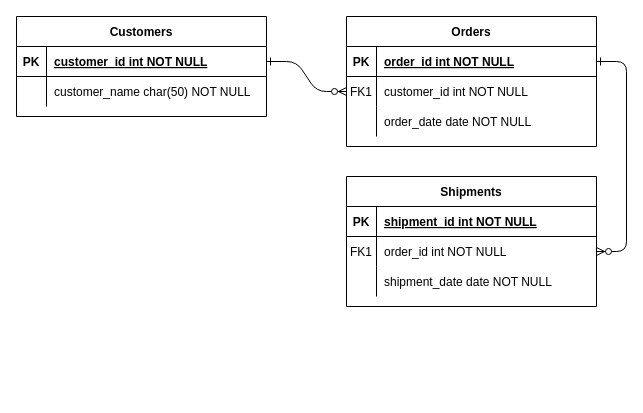
Earlier version of the draw.io diagram Diagrama sin título.drawio (ericF83/DiagramasDBIG015). Source tidied: cells renumbered, new cells numbered last; positions are measured from the earlier drawing's top-left corner, leaving out a move shared by most shapes. Both pictures are drawn from the tidied source at 100%, with x=0, y=0 at pixel (16, 16).
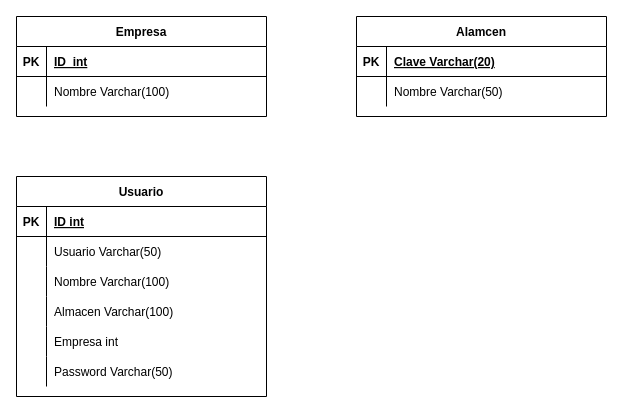
The same diagram, later.

Commit message:
Actualizar Diagrama Tablas

The change refers to these unchanged cells:
```xml
<mxCell id="15" style="shape=partialRectangle;fillColor=none;top=0;left=0;right=0;bottom=1;" parent="14" vertex="1">
  <mxGeometry y="30" width="250" height="30" as="geometry" />
</mxCell>
<mxCell id="18" style="shape=partialRectangle;fillColor=none;points=[[0,0.5],[1,0.5]];portConstraint=eastwest;top=0;left=0;right=0;bottom=0;" parent="14" vertex="1">
  <mxGeometry y="60" width="250" height="30" as="geometry" />
</mxCell>
<mxCell id="21" style="shape=partialRectangle;fillColor=none;top=0;left=0;right=0;bottom=0;" parent="14" vertex="1">
  <mxGeometry y="90" width="250" height="30" as="geometry" />
</mxCell>
<mxCell id="25" style="shape=partialRectangle;fillColor=none;points=[[0,0.5],[1,0.5]];portConstraint=eastwest;top=0;left=0;right=0;bottom=1;" parent="24" vertex="1">
  <mxGeometry y="30" width="250" height="30" as="geometry" />
</mxCell>
<mxCell id="28" style="shape=partialRectangle;fillColor=none;top=0;left=0;right=0;bottom=0;" parent="24" vertex="1">
  <mxGeometry y="60" width="250" height="30" as="geometry" />
</mxCell>
```

Change to the diagram source:
```diff
@@
-    <mxCell id="2" style="edgeStyle=entityRelationEdgeStyle;endArrow=ERzeroToMany;startArrow=ERone;endFill=1;startFill=0;" parent="1" edge="1" source="25" target="8">
-      <mxGeometry relative="1" as="geometry" />
-    </mxCell>
-    <mxCell id="3" style="edgeStyle=entityRelationEdgeStyle;endArrow=ERzeroToMany;startArrow=ERone;endFill=1;startFill=0;" parent="1" edge="1" source="5" target="18">
-      <mxGeometry relative="1" as="geometry" />
-    </mxCell>
-    <mxCell id="4" value="Orders" style="shape=table;startSize=30;childLayout=tableLayout;rowLines=0;fontStyle=1;align=center;" parent="1" vertex="1">
-      <mxGeometry x="330" width="250" height="130" as="geometry" />
-    </mxCell>
-    <mxCell id="5" style="shape=partialRectangle;fillColor=none;points=[[0,0.5],[1,0.5]];portConstraint=eastwest;top=0;left=0;right=0;bottom=1;" parent="4" vertex="1">
-      <mxGeometry y="30" width="250" height="30" as="geometry" />
-    </mxCell>
-    <mxCell id="6" value="PK" style="shape=partialRectangle;overflow=hidden;fillColor=none;top=0;left=0;bottom=0;right=0;fontStyle=1;" parent="5" vertex="1">
-      <mxGeometry width="30" height="30" as="geometry" />
-    </mxCell>
-    <mxCell id="7" value="order_id int NOT NULL " style="shape=partialRectangle;overflow=hidden;fillColor=none;top=0;left=0;bottom=0;right=0;align=left;spacingLeft=6;fontStyle=5;" parent="5" vertex="1">
-      <mxGeometry x="30" width="220" height="30" as="geometry" />
-    </mxCell>
-    <mxCell id="8" style="shape=partialRectangle;fillColor=none;points=[[0,0.5],[1,0.5]];portConstraint=eastwest;top=0;left=0;right=0;bottom=0;" parent="4" vertex="1">
-      <mxGeometry y="60" width="250" height="30" as="geometry" />
-    </mxCell>
-    <mxCell id="9" value="FK1" style="shape=partialRectangle;overflow=hidden;fillColor=none;top=0;left=0;bottom=0;right=0;" parent="8" vertex="1">
-      <mxGeometry width="30" height="30" as="geometry" />
-    </mxCell>
-    <mxCell id="10" value="customer_id int NOT NULL" style="shape=partialRectangle;overflow=hidden;fillColor=none;top=0;left=0;bottom=0;right=0;align=left;spacingLeft=6;" parent="8" vertex="1">
-      <mxGeometry x="30" width="220" height="30" as="geometry" />
-    </mxCell>
-    <mxCell id="11" style="shape=partialRectangle;fillColor=none;top=0;left=0;right=0;bottom=0;" parent="4" vertex="1">
-      <mxGeometry y="90" width="250" height="30" as="geometry" />
-    </mxCell>
-    <mxCell id="12" style="shape=partialRectangle;overflow=hidden;fillColor=none;top=0;left=0;bottom=0;right=0;" parent="11" vertex="1">
-      <mxGeometry width="30" height="30" as="geometry" />
-    </mxCell>
-    <mxCell id="13" value="order_date date NOT NULL" style="shape=partialRectangle;overflow=hidden;fillColor=none;top=0;left=0;bottom=0;right=0;align=left;spacingLeft=6;" parent="11" vertex="1">
-      <mxGeometry x="30" width="220" height="30" as="geometry" />
-    </mxCell>
-    <mxCell id="14" value="Shipments" style="shape=table;startSize=30;childLayout=tableLayout;rowLines=0;fontStyle=1;align=center;" parent="1" vertex="1">
-      <mxGeometry x="330" y="160" width="250" height="130" as="geometry" />
+    <mxCell id="14" value="Usuario" style="shape=table;startSize=30;childLayout=tableLayout;rowLines=0;fontStyle=1;align=center;" parent="1" vertex="1">
+      <mxGeometry y="160" width="250" height="220" as="geometry" />
     </mxCell>
@@
-    <mxCell id="17" value="shipment_id int NOT NULL " style="shape=partialRectangle;overflow=hidden;fillColor=none;top=0;left=0;bottom=0;right=0;align=left;spacingLeft=6;fontStyle=5;" parent="15" vertex="1">
+    <mxCell id="17" value="ID int" style="shape=partialRectangle;overflow=hidden;fillColor=none;top=0;left=0;bottom=0;right=0;align=left;spacingLeft=6;fontStyle=5;" parent="15" vertex="1">
       <mxGeometry x="30" width="220" height="30" as="geometry" />
     </mxCell>
@@
-    <mxCell id="19" value="FK1" style="shape=partialRectangle;overflow=hidden;fillColor=none;top=0;left=0;bottom=0;right=0;" parent="18" vertex="1">
+    <mxCell id="19" style="shape=partialRectangle;overflow=hidden;fillColor=none;top=0;left=0;bottom=0;right=0;" parent="18" vertex="1">
       <mxGeometry width="30" height="30" as="geometry" />
     </mxCell>
-    <mxCell id="20" value="order_id int NOT NULL" style="shape=partialRectangle;overflow=hidden;fillColor=none;top=0;left=0;bottom=0;right=0;align=left;spacingLeft=6;" parent="18" vertex="1">
+    <mxCell id="20" value="Usuario Varchar(50)" style="shape=partialRectangle;overflow=hidden;fillColor=none;top=0;left=0;bottom=0;right=0;align=left;spacingLeft=6;" parent="18" vertex="1">
       <mxGeometry x="30" width="220" height="30" as="geometry" />
     </mxCell>
@@
-    <mxCell id="23" value="shipment_date date NOT NULL" style="shape=partialRectangle;overflow=hidden;fillColor=none;top=0;left=0;bottom=0;right=0;align=left;spacingLeft=6;" parent="21" vertex="1">
+    <mxCell id="23" value="Nombre Varchar(100)" style="shape=partialRectangle;overflow=hidden;fillColor=none;top=0;left=0;bottom=0;right=0;align=left;spacingLeft=6;" parent="21" vertex="1">
       <mxGeometry x="30" width="220" height="30" as="geometry" />
     </mxCell>
+    <mxCell id="31" style="shape=partialRectangle;fillColor=none;top=0;left=0;right=0;bottom=0;" parent="14" vertex="1">
+      <mxGeometry y="120" width="250" height="30" as="geometry" />
+    </mxCell>
+    <mxCell id="32" style="shape=partialRectangle;overflow=hidden;fillColor=none;top=0;left=0;bottom=0;right=0;" parent="31" vertex="1">
+      <mxGeometry width="30" height="30" as="geometry" />
+    </mxCell>
+    <mxCell id="33" value="Almacen Varchar(100)" style="shape=partialRectangle;overflow=hidden;fillColor=none;top=0;left=0;bottom=0;right=0;align=left;spacingLeft=6;" parent="31" vertex="1">
+      <mxGeometry x="30" width="220" height="30" as="geometry" />
+    </mxCell>
+    <mxCell id="34" style="shape=partialRectangle;fillColor=none;top=0;left=0;right=0;bottom=0;" parent="14" vertex="1">
+      <mxGeometry y="150" width="250" height="30" as="geometry" />
+    </mxCell>
+    <mxCell id="35" style="shape=partialRectangle;overflow=hidden;fillColor=none;top=0;left=0;bottom=0;right=0;" parent="34" vertex="1">
+      <mxGeometry width="30" height="30" as="geometry" />
+    </mxCell>
+    <mxCell id="36" value="Empresa int" style="shape=partialRectangle;overflow=hidden;fillColor=none;top=0;left=0;bottom=0;right=0;align=left;spacingLeft=6;" parent="34" vertex="1">
+      <mxGeometry x="30" width="220" height="30" as="geometry" />
+    </mxCell>
+    <mxCell id="37" style="shape=partialRectangle;fillColor=none;top=0;left=0;right=0;bottom=0;" parent="14" vertex="1">
+      <mxGeometry y="180" width="250" height="30" as="geometry" />
+    </mxCell>
+    <mxCell id="38" style="shape=partialRectangle;overflow=hidden;fillColor=none;top=0;left=0;bottom=0;right=0;" parent="37" vertex="1">
+      <mxGeometry width="30" height="30" as="geometry" />
+    </mxCell>
+    <mxCell id="39" value="Password Varchar(50)" style="shape=partialRectangle;overflow=hidden;fillColor=none;top=0;left=0;bottom=0;right=0;align=left;spacingLeft=6;" parent="37" vertex="1">
+      <mxGeometry x="30" width="220" height="30" as="geometry" />
+    </mxCell>
-    <mxCell id="24" value="Customers" style="shape=table;startSize=30;childLayout=tableLayout;rowLines=0;fontStyle=1;align=center;" parent="1" vertex="1">
+    <mxCell id="24" value="Empresa" style="shape=table;startSize=30;childLayout=tableLayout;rowLines=0;fontStyle=1;align=center;" parent="1" vertex="1">
       <mxGeometry width="250" height="100" as="geometry" />
     </mxCell>
@@
-    <mxCell id="27" value="customer_id int NOT NULL " style="shape=partialRectangle;overflow=hidden;fillColor=none;top=0;left=0;bottom=0;right=0;align=left;spacingLeft=6;fontStyle=5;" parent="25" vertex="1">
+    <mxCell id="27" value="ID  int" style="shape=partialRectangle;overflow=hidden;fillColor=none;top=0;left=0;bottom=0;right=0;align=left;spacingLeft=6;fontStyle=5;" parent="25" vertex="1">
       <mxGeometry x="30" width="220" height="30" as="geometry" />
     </mxCell>
@@
-    <mxCell id="30" value="customer_name char(50) NOT NULL" style="shape=partialRectangle;overflow=hidden;fillColor=none;top=0;left=0;bottom=0;right=0;align=left;spacingLeft=6;" parent="28" vertex="1">
+    <mxCell id="30" value="Nombre Varchar(100)" style="shape=partialRectangle;overflow=hidden;fillColor=none;top=0;left=0;bottom=0;right=0;align=left;spacingLeft=6;" parent="28" vertex="1">
       <mxGeometry x="30" width="220" height="30" as="geometry" />
     </mxCell>
+    <mxCell id="40" value="Alamcen" style="shape=table;startSize=30;childLayout=tableLayout;rowLines=0;fontStyle=1;align=center;" parent="1" vertex="1">
+      <mxGeometry x="340" width="250" height="100" as="geometry" />
+    </mxCell>
+    <mxCell id="5" style="shape=partialRectangle;fillColor=none;points=[[0,0.5],[1,0.5]];portConstraint=eastwest;top=0;left=0;right=0;bottom=1;" parent="40" vertex="1">
+      <mxGeometry y="30" width="250" height="30" as="geometry" />
+    </mxCell>
+    <mxCell id="6" value="PK" style="shape=partialRectangle;overflow=hidden;fillColor=none;top=0;left=0;bottom=0;right=0;fontStyle=1;" parent="5" vertex="1">
+      <mxGeometry width="30" height="30" as="geometry" />
+    </mxCell>
+    <mxCell id="41" value="Clave Varchar(20)" style="shape=partialRectangle;overflow=hidden;fillColor=none;top=0;left=0;bottom=0;right=0;align=left;spacingLeft=6;fontStyle=5;" parent="5" vertex="1">
+      <mxGeometry x="30" width="220" height="30" as="geometry" />
+    </mxCell>
+    <mxCell id="8" style="shape=partialRectangle;fillColor=none;points=[[0,0.5],[1,0.5]];portConstraint=eastwest;top=0;left=0;right=0;bottom=0;" parent="40" vertex="1">
+      <mxGeometry y="60" width="250" height="30" as="geometry" />
+    </mxCell>
+    <mxCell id="42" style="shape=partialRectangle;overflow=hidden;fillColor=none;top=0;left=0;bottom=0;right=0;" parent="8" vertex="1">
+      <mxGeometry width="30" height="30" as="geometry" />
+    </mxCell>
+    <mxCell id="43" value="Nombre Varchar(50)" style="shape=partialRectangle;overflow=hidden;fillColor=none;top=0;left=0;bottom=0;right=0;align=left;spacingLeft=6;" parent="8" vertex="1">
+      <mxGeometry x="30" width="220" height="30" as="geometry" />
+    </mxCell>
```
